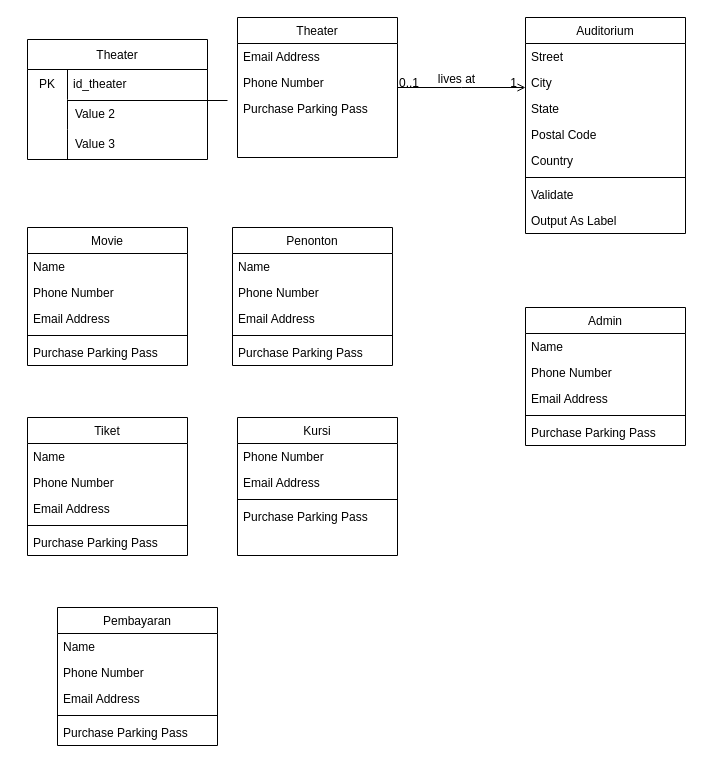
Before: movie_cdm.drawio in vinnnna/sistem-basis-data, a draw.io diagram. Source tidied: cells renumbered, new cells numbered last; positions are measured from the earlier drawing's top-left corner, leaving out a move shared by most shapes. Both pictures are drawn from the tidied source at 100%, with x=0, y=0 at pixel (27, 17).
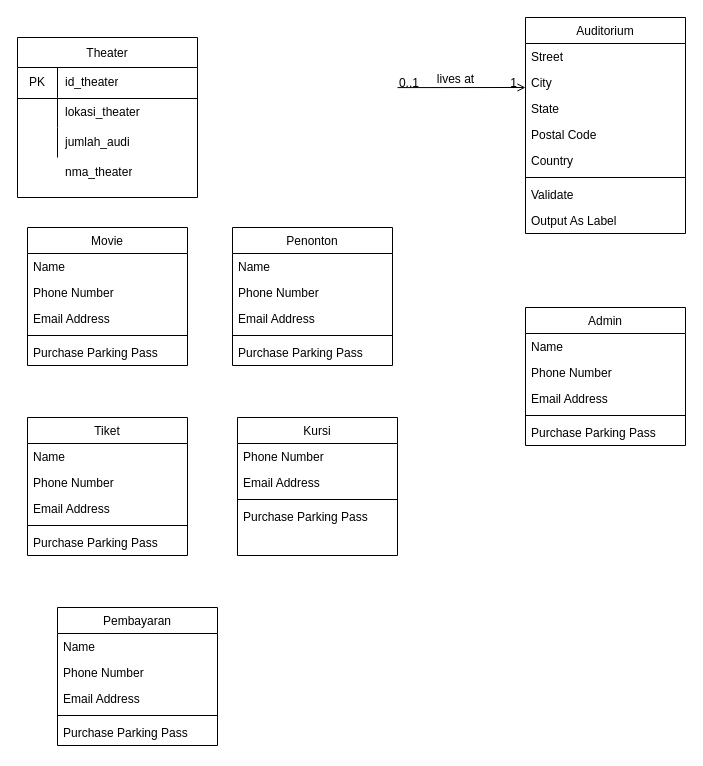
Above is the later version.

Unchanged cells that the change refers to:
```xml
<mxCell id="6" value="Auditorium" style="swimlane;fontStyle=0;align=center;verticalAlign=top;horizontal=1;startSize=26;rounded=0;shadow=0;strokeWidth=1;" parent="1" vertex="1">
  <mxGeometry x="498" width="160" height="216" as="geometry" />
</mxCell>
<mxCell id="58" style="shape=tableRow;horizontal=0;startSize=0;swimlaneHead=0;swimlaneBody=0;top=0;left=0;bottom=0;right=0;fillColor=none;strokeColor=inherit;fontSize=16;" parent="54" vertex="1">
  <mxGeometry y="60" width="180" height="30" as="geometry" />
</mxCell>
<mxCell id="61" style="shape=tableRow;horizontal=0;startSize=0;swimlaneHead=0;swimlaneBody=0;top=0;left=0;bottom=0;right=0;fillColor=none;strokeColor=inherit;fontSize=16;" parent="54" vertex="1">
  <mxGeometry y="90" width="180" height="30" as="geometry" />
</mxCell>
```

The edit, as a diff of the source:
```diff
@@
-    <mxCell id="2" value="Theater" style="swimlane;fontStyle=0;align=center;verticalAlign=top;horizontal=1;startSize=26;rounded=0;shadow=0;strokeWidth=1;" parent="1" vertex="1">
-      <mxGeometry x="210" width="160" height="140" as="geometry" />
-    </mxCell>
-    <mxCell id="3" value="Email Address" style="text;align=left;verticalAlign=top;spacingLeft=4;spacingRight=4;overflow=hidden;rounded=0;shadow=0;html=0;" parent="2" vertex="1">
-      <mxGeometry y="26" width="160" height="26" as="geometry" />
-    </mxCell>
-    <mxCell id="4" value="Phone Number" style="text;align=left;verticalAlign=top;spacingLeft=4;spacingRight=4;overflow=hidden;rounded=0;shadow=0;html=0;" parent="2" vertex="1">
-      <mxGeometry y="52" width="160" height="26" as="geometry" />
-    </mxCell>
-    <mxCell id="5" value="Purchase Parking Pass" style="text;align=left;verticalAlign=top;spacingLeft=4;spacingRight=4;overflow=hidden;" parent="2" vertex="1">
-      <mxGeometry y="78" width="160" height="26" as="geometry" />
-    </mxCell>
@@
-    <mxCell id="15" style="endArrow=open;shadow=0;strokeWidth=1;rounded=0;endFill=1;edgeStyle=elbowEdgeStyle;elbow=vertical;" parent="1" edge="1" source="2" target="6">
+    <mxCell id="15" style="endArrow=open;shadow=0;strokeWidth=1;rounded=0;endFill=1;edgeStyle=elbowEdgeStyle;elbow=vertical;" parent="1" edge="1" target="6">
       <mxGeometry x="0.5" y="41" relative="1" as="geometry">
+        <mxPoint x="370" y="70.1" as="sourcePoint" />
         <mxPoint x="-40" y="32" as="offset" />
       </mxGeometry>
     </mxCell>
@@
+    <mxCell id="66" style="group;" parent="1" vertex="1">
+      <mxGeometry x="-10" y="20" width="180" height="160" as="geometry" />
+    </mxCell>
+    <mxCell id="65" style="line;html=1;strokeWidth=1;align=left;verticalAlign=middle;spacingTop=-1;spacingLeft=3;spacingRight=3;labelPosition=right;" parent="66" vertex="1">
+      <mxGeometry y="57" width="180" height="8" as="geometry" />
+    </mxCell>
+    <mxCell id="64" value="id_theater" style="shape=partialRectangle;html=1;whiteSpace=wrap;fillColor=none;top=0;left=0;bottom=0;right=0;align=left;spacingLeft=6;overflow=hidden;strokeColor=inherit;fontSize=12;" parent="66" vertex="1">
+      <mxGeometry x="40" y="30" width="140" height="30" as="geometry" />
+    </mxCell>
+    <mxCell id="67" value="nma_theater" style="shape=partialRectangle;html=1;whiteSpace=wrap;fillColor=none;top=0;left=0;bottom=0;right=0;align=left;spacingLeft=6;overflow=hidden;strokeColor=inherit;fontSize=12;" parent="66" vertex="1">
+      <mxGeometry x="40" y="120" width="140" height="30" as="geometry" />
+    </mxCell>
     <mxCell id="54" value="Theater" style="shape=table;startSize=30;childLayout=tableLayout;rowLines=0;fontStyle=0;strokeColor=default;fontSize=12;" parent="1" vertex="1">
-      <mxGeometry y="22" width="180" height="120" as="geometry" />
+      <mxGeometry x="-10" y="20" width="180" height="160" as="geometry" />
     </mxCell>
@@
-    <mxCell id="60" value="Value 2" style="shape=partialRectangle;html=1;whiteSpace=wrap;fillColor=none;top=0;left=0;bottom=0;right=0;align=left;spacingLeft=6;overflow=hidden;strokeColor=inherit;fontSize=12;" parent="58" vertex="1">
+    <mxCell id="60" value="lokasi_theater" style="shape=partialRectangle;html=1;whiteSpace=wrap;fillColor=none;top=0;left=0;bottom=0;right=0;align=left;spacingLeft=6;overflow=hidden;strokeColor=inherit;fontSize=12;" parent="58" vertex="1">
       <mxGeometry x="40" width="140" height="30" as="geometry" />
     </mxCell>
@@
-    <mxCell id="63" value="Value 3" style="shape=partialRectangle;html=1;whiteSpace=wrap;fillColor=none;top=0;left=0;bottom=0;right=0;align=left;spacingLeft=6;overflow=hidden;strokeColor=inherit;fontSize=12;" parent="61" vertex="1">
+    <mxCell id="63" value="jumlah_audi" style="shape=partialRectangle;html=1;whiteSpace=wrap;fillColor=none;top=0;left=0;bottom=0;right=0;align=left;spacingLeft=6;overflow=hidden;strokeColor=inherit;fontSize=12;" parent="61" vertex="1">
       <mxGeometry x="40" width="140" height="30" as="geometry" />
     </mxCell>
-    <mxCell id="64" value="id_theater" style="text;align=left;verticalAlign=top;spacingLeft=4;spacingRight=4;overflow=hidden;" parent="1" vertex="1">
-      <mxGeometry x="40" y="53" width="160" height="26" as="geometry" />
-    </mxCell>
-    <mxCell id="65" style="line;html=1;strokeWidth=1;align=left;verticalAlign=middle;spacingTop=-1;spacingLeft=3;spacingRight=3;labelPosition=right;" parent="1" vertex="1">
-      <mxGeometry x="40" y="79" width="160" height="8" as="geometry" />
-    </mxCell>
```
